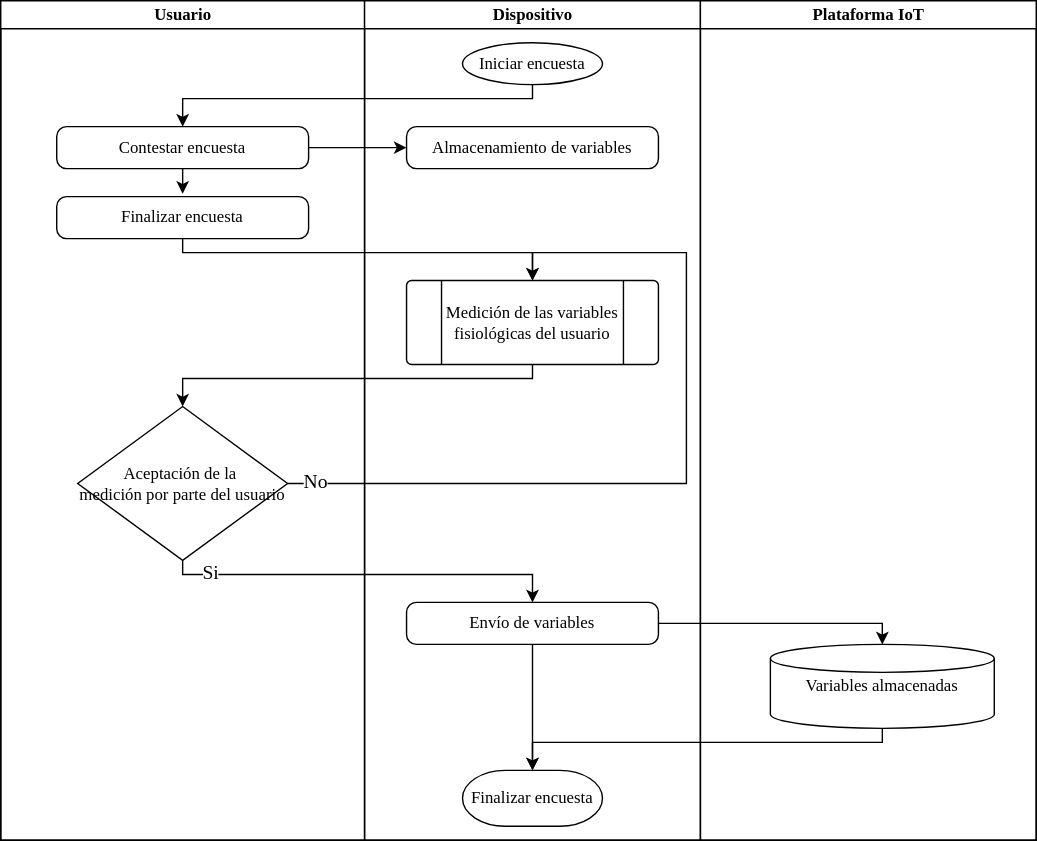
Above: docs/Imagenes/Iniciar_encuesta.svg in JulioLanda4/ComfortWearable (draw.io), before the change. Source tidied: cells renumbered, new cells last; positions are measured from the earlier drawing's top-left corner, leaving out a move shared by most shapes.
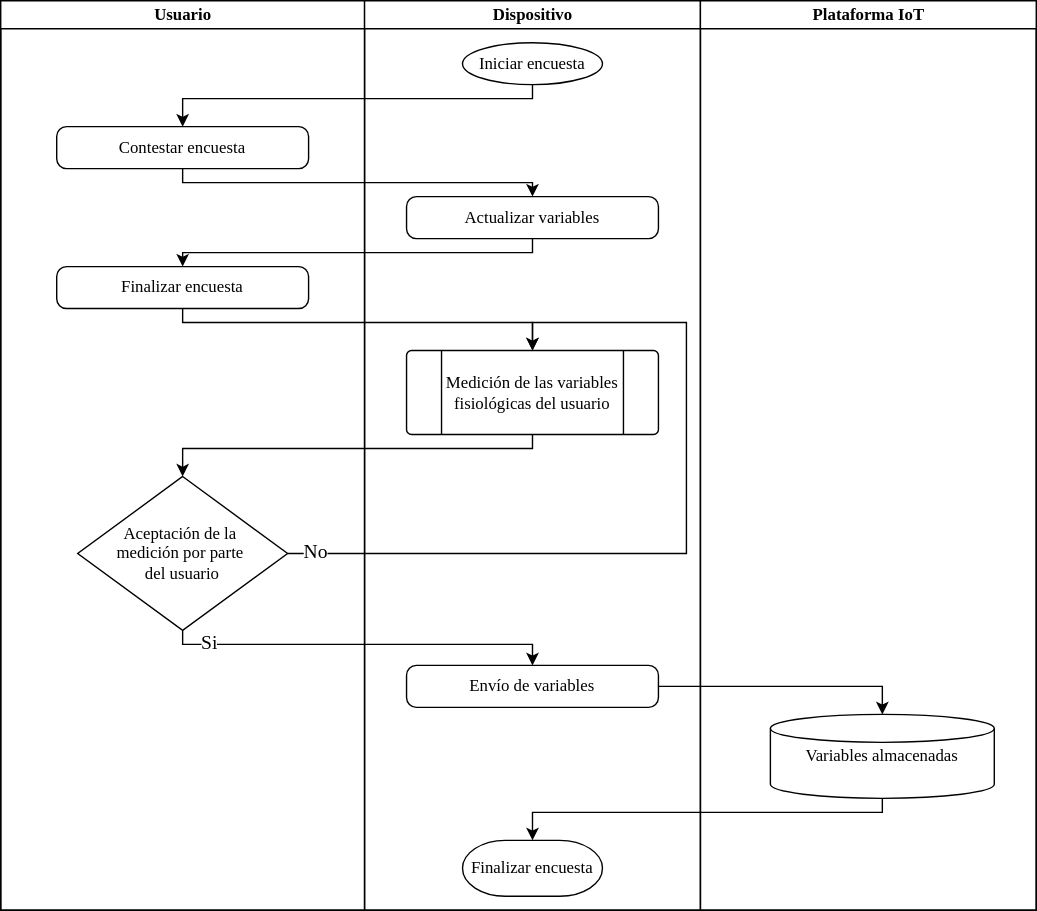
The same file after the commit.

What changed in the source:
```diff
@@ -3,56 +3,66 @@
     <mxCell id="0" />
     <mxCell id="1" parent="0" />
     <mxCell id="2" style="swimlane;startSize=0;html=1;" parent="1" vertex="1">
-      <mxGeometry width="740" height="600" as="geometry" />
+      <mxGeometry width="740" height="650" as="geometry" />
     </mxCell>
     <mxCell id="3" value="&lt;font face=&quot;calibri&quot;&gt;Usuario&lt;/font&gt;" style="swimlane;startSize=20;html=1;fontFamily=Calibri;fontSource=https%3A%2F%2Ffonts.googleapis.com%2Fcss%3Ffamily%3DCalibri;" parent="2" vertex="1">
-      <mxGeometry width="260" height="600" as="geometry" />
+      <mxGeometry width="260" height="650" as="geometry" />
     </mxCell>
     <mxCell id="4" value="&lt;font face=&quot;calibri&quot;&gt;Contestar encuesta&lt;span style=&quot;color: rgba(0, 0, 0, 0); font-size: 0px; text-align: start; text-wrap-mode: nowrap;&quot;&gt;%3CmxGraphModel%3E%3Croot%3E%3CmxCell%20id%3D%220%22%2F%3E%3CmxCell%20id%3D%221%22%20parent%3D%220%22%2F%3E%3CmxCell%20id%3D%222%22%20value%3D%22Click%20para%20iniciar%20encuesta%22%20style%3D%22rounded%3D1%3BwhiteSpace%3Dwrap%3Bhtml%3D1%3BabsoluteArcSize%3D1%3BarcSize%3D14%3BstrokeWidth%3D2%3B%22%20vertex%3D%221%22%20parent%3D%221%22%3E%3CmxGeometry%20x%3D%22110%22%20y%3D%22220%22%20width%3D%22200%22%20height%3D%2230%22%20as%3D%22geometry%22%2F%3E%3C%2FmxCell%3E%3C%2Froot%3E%3C%2FmxGraphModel%3E&lt;/span&gt;&lt;/font&gt;" style="rounded=1;whiteSpace=wrap;html=1;absoluteArcSize=1;arcSize=14;strokeWidth=1;" parent="3" vertex="1">
       <mxGeometry x="40" y="90" width="180" height="30" as="geometry" />
     </mxCell>
     <mxCell id="5" value="&lt;font face=&quot;calibri&quot;&gt;Finalizar encuesta&lt;/font&gt;" style="rounded=1;whiteSpace=wrap;html=1;absoluteArcSize=1;arcSize=14;strokeWidth=1;fontStyle=0;" parent="3" vertex="1">
-      <mxGeometry x="40" y="140" width="180" height="30" as="geometry" />
+      <mxGeometry x="40" y="190" width="180" height="30" as="geometry" />
     </mxCell>
-    <mxCell id="6" value="&lt;font face=&quot;calibri&quot;&gt;Aceptación de la&amp;nbsp;&lt;/font&gt;&lt;div&gt;&lt;font face=&quot;calibri&quot;&gt;medición por parte del usuario&lt;/font&gt;&lt;/div&gt;" style="strokeWidth=1;html=1;shape=mxgraph.flowchart.decision;whiteSpace=wrap;" parent="3" vertex="1">
-      <mxGeometry x="55" y="290" width="150" height="110" as="geometry" />
+    <mxCell id="6" value="&lt;font face=&quot;calibri&quot;&gt;Aceptación de la&amp;nbsp;&lt;/font&gt;&lt;div&gt;&lt;font face=&quot;calibri&quot;&gt;medición por parte&amp;nbsp;&lt;/font&gt;&lt;/div&gt;&lt;div&gt;&lt;font face=&quot;calibri&quot;&gt;del usuario&lt;/font&gt;&lt;/div&gt;" style="strokeWidth=1;html=1;shape=mxgraph.flowchart.decision;whiteSpace=wrap;" parent="3" vertex="1">
+      <mxGeometry x="55" y="340" width="150" height="110" as="geometry" />
     </mxCell>
-    <mxCell id="7" style="edgeStyle=orthogonalEdgeStyle;rounded=0;jettySize=auto;html=1;exitX=0.5;exitY=1;exitDx=0;exitDy=0;entryX=0.5;entryY=-0.067;entryDx=0;entryDy=0;entryPerimeter=0;" parent="3" edge="1" source="4" target="5">
-      <mxGeometry relative="1" as="geometry" />
-    </mxCell>
     <mxCell id="8" value="&lt;font face=&quot;calibri&quot;&gt;Dispositivo&lt;/font&gt;" style="swimlane;startSize=20;html=1;" parent="2" vertex="1">
-      <mxGeometry x="260" width="240" height="600" as="geometry" />
+      <mxGeometry x="260" width="240" height="650" as="geometry" />
     </mxCell>
     <mxCell id="9" value="Iniciar encuesta" style="strokeWidth=1;html=1;shape=mxgraph.flowchart.start_1;whiteSpace=wrap;fontFamily=calibri;fontSource=https%3A%2F%2Ffonts.googleapis.com%2Fcss%3Ffamily%3Dcalibri;" parent="8" vertex="1">
       <mxGeometry x="70" y="30" width="100" height="30" as="geometry" />
     </mxCell>
     <mxCell id="10" value="&lt;font face=&quot;calibri&quot;&gt;Medición de las variables fisiológicas del usuario&lt;/font&gt;" style="verticalLabelPosition=middle;verticalAlign=middle;html=1;shape=process;whiteSpace=wrap;rounded=1;size=0.14;arcSize=6;horizontal=1;align=center;labelPosition=center;strokeWidth=1;" parent="8" vertex="1">
-      <mxGeometry x="30" y="200" width="180" height="60" as="geometry" />
+      <mxGeometry x="30" y="250" width="180" height="60" as="geometry" />
     </mxCell>
-    <mxCell id="11" style="edgeStyle=orthogonalEdgeStyle;rounded=0;jettySize=auto;html=1;exitX=0.5;exitY=1;exitDx=0;exitDy=0;" parent="8" edge="1" source="12">
-      <mxGeometry relative="1" as="geometry">
-        <mxPoint x="120" y="550" as="targetPoint" />
-      </mxGeometry>
-    </mxCell>
     <mxCell id="12" value="&lt;font face=&quot;calibri&quot;&gt;Envío de variables&lt;/font&gt;" style="rounded=1;whiteSpace=wrap;html=1;absoluteArcSize=1;arcSize=14;strokeWidth=1;" parent="8" vertex="1">
-      <mxGeometry x="30" y="430" width="180" height="30" as="geometry" />
+      <mxGeometry x="30" y="475" width="180" height="30" as="geometry" />
     </mxCell>
     <mxCell id="13" value="&lt;font face=&quot;calibri&quot;&gt;Finalizar encuesta&lt;/font&gt;" style="strokeWidth=1;html=1;shape=mxgraph.flowchart.terminator;whiteSpace=wrap;" parent="8" vertex="1">
-      <mxGeometry x="70" y="550" width="100" height="40" as="geometry" />
+      <mxGeometry x="70" y="600" width="100" height="40" as="geometry" />
     </mxCell>
+    <mxCell id="21" style="edgeStyle=orthogonalEdgeStyle;rounded=0;jettySize=auto;html=1;entryX=0.5;entryY=0;entryDx=0;entryDy=0;" parent="8" edge="1" target="10">
+      <mxGeometry relative="1" as="geometry">
+        <mxPoint x="-130" y="220" as="sourcePoint" />
+        <Array as="points">
+          <mxPoint x="-130" y="230" />
+          <mxPoint x="120" y="230" />
+        </Array>
+      </mxGeometry>
+    </mxCell>
+    <mxCell id="19" value="No" style="edgeStyle=orthogonalEdgeStyle;rounded=0;jettySize=auto;html=1;fontFamily=calibri;fontSource=https%3A%2F%2Ffonts.googleapis.com%2Fcss%3Ffamily%3Dcalibri;fontSize=14;exitX=1;exitY=0.5;exitDx=0;exitDy=0;exitPerimeter=0;" parent="8" edge="1" source="6">
+      <mxGeometry x="-0.93" relative="1" as="geometry">
+        <mxPoint x="120" y="250" as="targetPoint" />
+        <Array as="points">
+          <mxPoint x="230" y="395" />
+          <mxPoint x="230" y="230" />
+          <mxPoint x="120" y="230" />
+        </Array>
+      </mxGeometry>
+    </mxCell>
-    <mxCell id="14" value="&lt;font face=&quot;calibri&quot;&gt;Almacenamiento de variables&lt;/font&gt;" style="rounded=1;whiteSpace=wrap;html=1;absoluteArcSize=1;arcSize=14;strokeWidth=1;" parent="8" vertex="1">
-      <mxGeometry x="30" y="90" width="180" height="30" as="geometry" />
+    <mxCell id="14" value="&lt;font face=&quot;calibri&quot;&gt;Actualizar variables&lt;/font&gt;" style="rounded=1;whiteSpace=wrap;html=1;absoluteArcSize=1;arcSize=14;strokeWidth=1;" parent="8" vertex="1">
+      <mxGeometry x="30" y="140" width="180" height="30" as="geometry" />
     </mxCell>
     <mxCell id="15" value="&lt;font face=&quot;calibri&quot;&gt;Plataforma IoT&lt;/font&gt;" style="swimlane;startSize=20;html=1;" parent="2" vertex="1">
-      <mxGeometry x="500" width="240" height="600" as="geometry" />
+      <mxGeometry x="500" width="240" height="650" as="geometry" />
     </mxCell>
     <mxCell id="16" value="&lt;font face=&quot;calibri&quot;&gt;Variables almacenadas&lt;/font&gt;" style="strokeWidth=1;html=1;shape=mxgraph.flowchart.database;whiteSpace=wrap;" parent="15" vertex="1">
-      <mxGeometry x="50" y="460" width="160" height="60" as="geometry" />
+      <mxGeometry x="50" y="510" width="160" height="60" as="geometry" />
     </mxCell>
     <mxCell id="17" style="edgeStyle=orthogonalEdgeStyle;rounded=0;jettySize=auto;html=1;exitX=0.5;exitY=1;exitDx=0;exitDy=0;exitPerimeter=0;entryX=0.5;entryY=0;entryDx=0;entryDy=0;" parent="2" edge="1" source="9" target="4">
       <mxGeometry relative="1" as="geometry">
         <Array as="points">
-          <mxPoint x="380" y="60" />
           <mxPoint x="380" y="70" />
           <mxPoint x="130" y="70" />
         </Array>
@@ -61,53 +71,49 @@
     <mxCell id="18" style="edgeStyle=orthogonalEdgeStyle;rounded=0;jettySize=auto;html=1;exitX=0.5;exitY=1;exitDx=0;exitDy=0;entryX=0.5;entryY=0;entryDx=0;entryDy=0;entryPerimeter=0;" parent="2" edge="1" source="10" target="6">
       <mxGeometry relative="1" as="geometry">
         <Array as="points">
-          <mxPoint x="380" y="270" />
-          <mxPoint x="130" y="270" />
+          <mxPoint x="380" y="320" />
+          <mxPoint x="130" y="320" />
         </Array>
       </mxGeometry>
     </mxCell>
-    <mxCell id="19" value="No" style="edgeStyle=orthogonalEdgeStyle;rounded=0;jettySize=auto;html=1;exitX=1;exitY=0.5;exitDx=0;exitDy=0;exitPerimeter=0;fontFamily=calibri;fontSource=https%3A%2F%2Ffonts.googleapis.com%2Fcss%3Ffamily%3Dcalibri;fontSize=14;" parent="2" edge="1" source="6" target="10">
-      <mxGeometry x="-0.93" relative="1" as="geometry">
-        <Array as="points">
-          <mxPoint x="490" y="345" />
-          <mxPoint x="490" y="180" />
-          <mxPoint x="380" y="180" />
-        </Array>
-      </mxGeometry>
-    </mxCell>
     <mxCell id="20" value="Si" style="edgeStyle=orthogonalEdgeStyle;rounded=0;jettySize=auto;html=1;exitX=0.5;exitY=1;exitDx=0;exitDy=0;exitPerimeter=0;entryX=0.5;entryY=0;entryDx=0;entryDy=0;fontFamily=calibri;fontSource=https%3A%2F%2Ffonts.googleapis.com%2Fcss%3Ffamily%3Dcalibri;fontSize=14;" parent="2" edge="1" source="6" target="12">
       <mxGeometry x="-0.79" relative="1" as="geometry">
         <Array as="points">
-          <mxPoint x="130" y="410" />
-          <mxPoint x="380" y="410" />
+          <mxPoint x="130" y="460" />
+          <mxPoint x="380" y="460" />
         </Array>
       </mxGeometry>
     </mxCell>
-    <mxCell id="21" style="edgeStyle=orthogonalEdgeStyle;rounded=0;jettySize=auto;html=1;exitX=0.5;exitY=1;exitDx=0;exitDy=0;" parent="2" edge="1" source="5" target="10">
-      <mxGeometry relative="1" as="geometry">
-        <Array as="points">
-          <mxPoint x="130" y="180" />
-          <mxPoint x="380" y="180" />
-        </Array>
-      </mxGeometry>
-    </mxCell>
-    <mxCell id="22" style="edgeStyle=orthogonalEdgeStyle;rounded=0;jettySize=auto;html=1;exitX=1;exitY=0.5;exitDx=0;exitDy=0;entryX=0;entryY=0.5;entryDx=0;entryDy=0;" parent="2" edge="1" source="4" target="14">
-      <mxGeometry relative="1" as="geometry" />
-    </mxCell>
     <mxCell id="23" style="edgeStyle=orthogonalEdgeStyle;rounded=0;jettySize=auto;html=1;exitX=0.5;exitY=1;exitDx=0;exitDy=0;exitPerimeter=0;entryX=0.5;entryY=0;entryDx=0;entryDy=0;entryPerimeter=0;" parent="2" edge="1" source="16" target="13">
       <mxGeometry relative="1" as="geometry">
         <Array as="points">
-          <mxPoint x="630" y="530" />
-          <mxPoint x="380" y="530" />
+          <mxPoint x="630" y="580" />
+          <mxPoint x="380" y="580" />
         </Array>
       </mxGeometry>
     </mxCell>
     <mxCell id="24" style="edgeStyle=orthogonalEdgeStyle;rounded=0;jettySize=auto;html=1;entryX=0.5;entryY=0;entryDx=0;entryDy=0;entryPerimeter=0;" parent="2" edge="1" source="12" target="16">
       <mxGeometry relative="1" as="geometry">
         <Array as="points">
-          <mxPoint x="630" y="445" />
+          <mxPoint x="630" y="490" />
         </Array>
       </mxGeometry>
     </mxCell>
+    <mxCell id="22" style="edgeStyle=orthogonalEdgeStyle;rounded=0;jettySize=auto;html=1;entryX=0.5;entryY=0;entryDx=0;entryDy=0;" parent="2" edge="1" source="4" target="14">
+      <mxGeometry relative="1" as="geometry">
+        <Array as="points">
+          <mxPoint x="130" y="130" />
+          <mxPoint x="380" y="130" />
+        </Array>
+      </mxGeometry>
+    </mxCell>
+    <mxCell id="25" style="edgeStyle=orthogonalEdgeStyle;rounded=0;jettySize=auto;html=1;entryX=0.5;entryY=0;entryDx=0;entryDy=0;" parent="2" edge="1" source="14" target="5">
+      <mxGeometry relative="1" as="geometry">
+        <Array as="points">
+          <mxPoint x="380" y="180" />
+          <mxPoint x="130" y="180" />
+        </Array>
+      </mxGeometry>
+    </mxCell>
   </root>
 </mxGraphModel>
```
